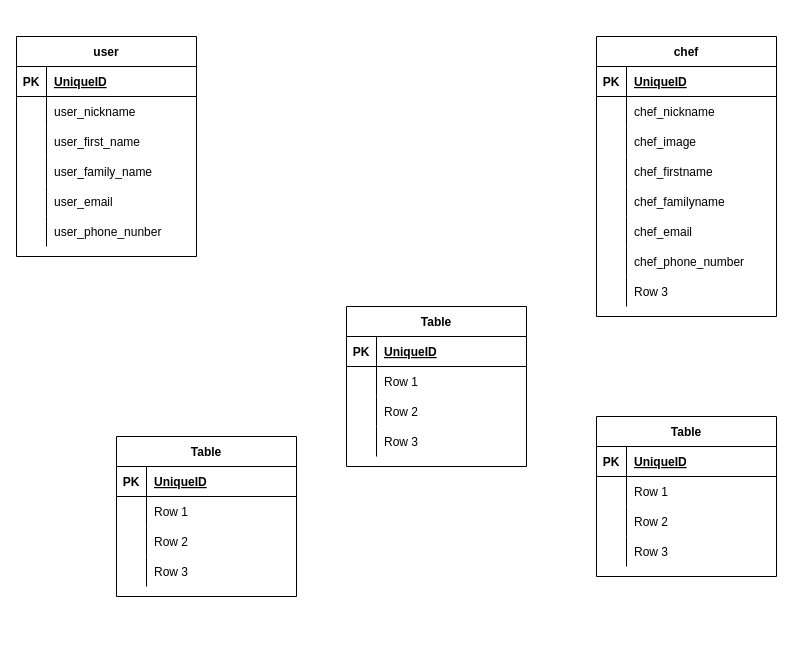
This is ER.dio from AkihiroYamaguchi4/umaimon-35254, a draw.io file, before an edit. Source tidied: cells renumbered, new cells numbered last; positions are measured from the earlier drawing's top-left corner, leaving out a move shared by most shapes. Both pictures are drawn from the tidied source at 100%, with x=0, y=0 at pixel (16, 36).
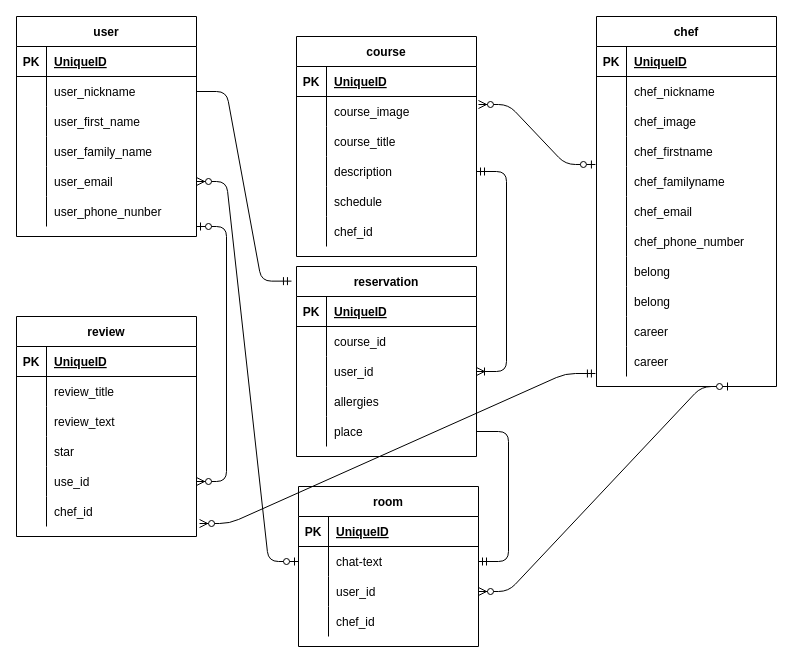
Above is the later version.

The change refers to these unchanged cells:
```xml
<mxCell id="6" style="shape=partialRectangle;fillColor=none;top=0;left=0;bottom=0;right=0;points=[[0,0.5],[1,0.5]];portConstraint=eastwest;" parent="2" vertex="1">
  <mxGeometry y="60" width="180" height="30" as="geometry" />
</mxCell>
<mxCell id="15" style="shape=partialRectangle;fillColor=none;top=0;left=0;bottom=0;right=0;points=[[0,0.5],[1,0.5]];portConstraint=eastwest;" parent="2" vertex="1">
  <mxGeometry y="150" width="180" height="30" as="geometry" />
</mxCell>
<mxCell id="18" style="shape=partialRectangle;fillColor=none;top=0;left=0;bottom=0;right=0;points=[[0,0.5],[1,0.5]];portConstraint=eastwest;" parent="2" vertex="1">
  <mxGeometry y="180" width="180" height="30" as="geometry" />
</mxCell>
<mxCell id="34" style="shape=partialRectangle;fillColor=none;top=0;left=0;bottom=0;right=0;points=[[0,0.5],[1,0.5]];portConstraint=eastwest;" parent="21" vertex="1">
  <mxGeometry y="150" width="180" height="30" as="geometry" />
</mxCell>
<mxCell id="63" style="shape=partialRectangle;fillColor=none;top=0;left=0;bottom=0;right=0;" parent="59" vertex="1">
  <mxGeometry y="60" width="180" height="30" as="geometry" />
</mxCell>
<mxCell id="66" style="shape=partialRectangle;fillColor=none;top=0;left=0;bottom=0;right=0;" parent="59" vertex="1">
  <mxGeometry y="90" width="180" height="30" as="geometry" />
</mxCell>
<mxCell id="69" style="shape=partialRectangle;fillColor=none;top=0;left=0;bottom=0;right=0;" parent="59" vertex="1">
  <mxGeometry y="120" width="180" height="30" as="geometry" />
</mxCell>
<mxCell id="76" style="shape=partialRectangle;fillColor=none;top=0;left=0;bottom=0;right=0;points=[[0,0.5],[1,0.5]];portConstraint=eastwest;" parent="72" vertex="1">
  <mxGeometry y="60" width="180" height="30" as="geometry" />
</mxCell>
```

Diff of the diagram source:
```diff
@@
     <mxCell id="2" value="user" style="shape=table;startSize=30;childLayout=tableLayout;rowLines=0;fontStyle=1;align=center;" parent="1" vertex="1">
-      <mxGeometry width="180" height="220" as="geometry" />
+      <mxGeometry y="-20" width="180" height="220" as="geometry" />
     </mxCell>
@@
     <mxCell id="21" value="chef" style="shape=table;startSize=30;childLayout=tableLayout;rowLines=0;fontStyle=1;align=center;" parent="1" vertex="1">
-      <mxGeometry x="580" width="180" height="280" as="geometry" />
+      <mxGeometry x="580" y="-20" width="180" height="370" as="geometry" />
     </mxCell>
@@
+    <mxCell id="85" style="shape=partialRectangle;fillColor=none;top=0;left=0;bottom=0;right=0;" parent="21" vertex="1">
+      <mxGeometry y="240" width="180" height="30" as="geometry" />
+    </mxCell>
+    <mxCell id="86" style="shape=partialRectangle;fillColor=none;top=0;left=0;bottom=0;right=0;overflow=hidden;" parent="85" vertex="1">
+      <mxGeometry width="30" height="30" as="geometry" />
+    </mxCell>
+    <mxCell id="87" value="belong" style="shape=partialRectangle;fillColor=none;top=0;left=0;bottom=0;right=0;align=left;spacingLeft=6;overflow=hidden;" parent="85" vertex="1">
+      <mxGeometry x="30" width="150" height="30" as="geometry" />
+    </mxCell>
     <mxCell id="43" style="shape=partialRectangle;fillColor=none;top=0;left=0;bottom=0;right=0;" parent="21" vertex="1">
-      <mxGeometry y="240" width="180" height="30" as="geometry" />
+      <mxGeometry y="270" width="180" height="30" as="geometry" />
     </mxCell>
@@
-    <mxCell id="45" value="Row 3" style="shape=partialRectangle;fillColor=none;top=0;left=0;bottom=0;right=0;align=left;spacingLeft=6;overflow=hidden;" parent="43" vertex="1">
+    <mxCell id="45" value="belong" style="shape=partialRectangle;fillColor=none;top=0;left=0;bottom=0;right=0;align=left;spacingLeft=6;overflow=hidden;" parent="43" vertex="1">
       <mxGeometry x="30" width="150" height="30" as="geometry" />
     </mxCell>
+    <mxCell id="88" style="shape=partialRectangle;fillColor=none;top=0;left=0;bottom=0;right=0;" parent="21" vertex="1">
+      <mxGeometry y="300" width="180" height="30" as="geometry" />
+    </mxCell>
+    <mxCell id="89" style="shape=partialRectangle;fillColor=none;top=0;left=0;bottom=0;right=0;overflow=hidden;" parent="88" vertex="1">
+      <mxGeometry width="30" height="30" as="geometry" />
+    </mxCell>
+    <mxCell id="90" value="career" style="shape=partialRectangle;fillColor=none;top=0;left=0;bottom=0;right=0;align=left;spacingLeft=6;overflow=hidden;" parent="88" vertex="1">
+      <mxGeometry x="30" width="150" height="30" as="geometry" />
+    </mxCell>
+    <mxCell id="91" style="shape=partialRectangle;fillColor=none;top=0;left=0;bottom=0;right=0;points=[[0,0.5],[1,0.5]];portConstraint=eastwest;" parent="21" vertex="1">
+      <mxGeometry y="330" width="180" height="30" as="geometry" />
+    </mxCell>
+    <mxCell id="92" style="shape=partialRectangle;fillColor=none;top=0;left=0;bottom=0;right=0;overflow=hidden;" parent="91" vertex="1">
+      <mxGeometry width="30" height="30" as="geometry" />
+    </mxCell>
+    <mxCell id="93" value="career" style="shape=partialRectangle;fillColor=none;top=0;left=0;bottom=0;right=0;align=left;spacingLeft=6;overflow=hidden;" parent="91" vertex="1">
+      <mxGeometry x="30" width="150" height="30" as="geometry" />
+    </mxCell>
-    <mxCell id="46" value="Table" style="shape=table;startSize=30;childLayout=tableLayout;rowLines=0;fontStyle=1;align=center;" parent="1" vertex="1">
-      <mxGeometry x="100" y="400" width="180" height="160" as="geometry" />
+    <mxCell id="46" value="reservation" style="shape=table;startSize=30;childLayout=tableLayout;rowLines=0;fontStyle=1;align=center;" parent="1" vertex="1">
+      <mxGeometry x="280" y="230" width="180" height="190" as="geometry" />
     </mxCell>
@@
-    <mxCell id="50" style="shape=partialRectangle;fillColor=none;top=0;left=0;bottom=0;right=0;points=[[0,0.5],[1,0.5]];portConstraint=eastwest;" parent="46" vertex="1">
-      <mxGeometry y="60" width="180" height="30" as="geometry" />
-    </mxCell>
-    <mxCell id="51" style="shape=partialRectangle;fillColor=none;top=0;left=0;bottom=0;right=0;overflow=hidden;" parent="50" vertex="1">
-      <mxGeometry width="30" height="30" as="geometry" />
-    </mxCell>
-    <mxCell id="52" value="Row 1" style="shape=partialRectangle;fillColor=none;top=0;left=0;bottom=0;right=0;align=left;spacingLeft=6;overflow=hidden;" parent="50" vertex="1">
-      <mxGeometry x="30" width="150" height="30" as="geometry" />
-    </mxCell>
     <mxCell id="53" style="shape=partialRectangle;fillColor=none;top=0;left=0;bottom=0;right=0;" parent="46" vertex="1">
-      <mxGeometry y="90" width="180" height="30" as="geometry" />
+      <mxGeometry y="60" width="180" height="30" as="geometry" />
     </mxCell>
@@
-    <mxCell id="55" value="Row 2" style="shape=partialRectangle;fillColor=none;top=0;left=0;bottom=0;right=0;align=left;spacingLeft=6;overflow=hidden;" parent="53" vertex="1">
+    <mxCell id="55" value="course_id" style="shape=partialRectangle;fillColor=none;top=0;left=0;bottom=0;right=0;align=left;spacingLeft=6;overflow=hidden;" parent="53" vertex="1">
       <mxGeometry x="30" width="150" height="30" as="geometry" />
     </mxCell>
     <mxCell id="56" style="shape=partialRectangle;fillColor=none;top=0;left=0;bottom=0;right=0;points=[[0,0.5],[1,0.5]];portConstraint=eastwest;" parent="46" vertex="1">
-      <mxGeometry y="120" width="180" height="30" as="geometry" />
+      <mxGeometry y="90" width="180" height="30" as="geometry" />
     </mxCell>
@@
-    <mxCell id="58" value="Row 3" style="shape=partialRectangle;fillColor=none;top=0;left=0;bottom=0;right=0;align=left;spacingLeft=6;overflow=hidden;" parent="56" vertex="1">
+    <mxCell id="58" value="user_id" style="shape=partialRectangle;fillColor=none;top=0;left=0;bottom=0;right=0;align=left;spacingLeft=6;overflow=hidden;" parent="56" vertex="1">
       <mxGeometry x="30" width="150" height="30" as="geometry" />
     </mxCell>
+    <mxCell id="94" style="shape=partialRectangle;fillColor=none;top=0;left=0;bottom=0;right=0;" parent="46" vertex="1">
+      <mxGeometry y="120" width="180" height="30" as="geometry" />
+    </mxCell>
+    <mxCell id="95" style="shape=partialRectangle;fillColor=none;top=0;left=0;bottom=0;right=0;overflow=hidden;" parent="94" vertex="1">
+      <mxGeometry width="30" height="30" as="geometry" />
+    </mxCell>
+    <mxCell id="96" value="allergies" style="shape=partialRectangle;fillColor=none;top=0;left=0;bottom=0;right=0;align=left;spacingLeft=6;overflow=hidden;" parent="94" vertex="1">
+      <mxGeometry x="30" width="150" height="30" as="geometry" />
+    </mxCell>
+    <mxCell id="97" style="shape=partialRectangle;fillColor=none;top=0;left=0;bottom=0;right=0;points=[[0,0.5],[1,0.5]];portConstraint=eastwest;" parent="46" vertex="1">
+      <mxGeometry y="150" width="180" height="30" as="geometry" />
+    </mxCell>
+    <mxCell id="98" style="shape=partialRectangle;fillColor=none;top=0;left=0;bottom=0;right=0;overflow=hidden;" parent="97" vertex="1">
+      <mxGeometry width="30" height="30" as="geometry" />
+    </mxCell>
+    <mxCell id="99" value="place" style="shape=partialRectangle;fillColor=none;top=0;left=0;bottom=0;right=0;align=left;spacingLeft=6;overflow=hidden;" parent="97" vertex="1">
+      <mxGeometry x="30" width="150" height="30" as="geometry" />
+    </mxCell>
-    <mxCell id="59" value="Table" style="shape=table;startSize=30;childLayout=tableLayout;rowLines=0;fontStyle=1;align=center;" parent="1" vertex="1">
-      <mxGeometry x="580" y="380" width="180" height="160" as="geometry" />
+    <mxCell id="59" value="review" style="shape=table;startSize=30;childLayout=tableLayout;rowLines=0;fontStyle=1;align=center;" parent="1" vertex="1">
+      <mxGeometry y="280" width="180" height="220" as="geometry" />
     </mxCell>
@@
-    <mxCell id="65" value="Row 1" style="shape=partialRectangle;fillColor=none;top=0;left=0;bottom=0;right=0;align=left;spacingLeft=6;overflow=hidden;" parent="63" vertex="1">
+    <mxCell id="65" value="review_title" style="shape=partialRectangle;fillColor=none;top=0;left=0;bottom=0;right=0;align=left;spacingLeft=6;overflow=hidden;" parent="63" vertex="1">
       <mxGeometry x="30" width="150" height="30" as="geometry" />
     </mxCell>
@@
-    <mxCell id="68" value="Row 2" style="shape=partialRectangle;fillColor=none;top=0;left=0;bottom=0;right=0;align=left;spacingLeft=6;overflow=hidden;" parent="66" vertex="1">
+    <mxCell id="68" value="review_text" style="shape=partialRectangle;fillColor=none;top=0;left=0;bottom=0;right=0;align=left;spacingLeft=6;overflow=hidden;" parent="66" vertex="1">
       <mxGeometry x="30" width="150" height="30" as="geometry" />
     </mxCell>
@@
-    <mxCell id="71" value="Row 3" style="shape=partialRectangle;fillColor=none;top=0;left=0;bottom=0;right=0;align=left;spacingLeft=6;overflow=hidden;" parent="69" vertex="1">
+    <mxCell id="71" value="star" style="shape=partialRectangle;fillColor=none;top=0;left=0;bottom=0;right=0;align=left;spacingLeft=6;overflow=hidden;" parent="69" vertex="1">
       <mxGeometry x="30" width="150" height="30" as="geometry" />
     </mxCell>
+    <mxCell id="100" style="shape=partialRectangle;fillColor=none;top=0;left=0;bottom=0;right=0;points=[[0,0.5],[1,0.5]];portConstraint=eastwest;" parent="59" vertex="1">
+      <mxGeometry y="150" width="180" height="30" as="geometry" />
+    </mxCell>
+    <mxCell id="101" style="shape=partialRectangle;fillColor=none;top=0;left=0;bottom=0;right=0;overflow=hidden;" parent="100" vertex="1">
+      <mxGeometry width="30" height="30" as="geometry" />
+    </mxCell>
+    <mxCell id="102" value="use_id" style="shape=partialRectangle;fillColor=none;top=0;left=0;bottom=0;right=0;align=left;spacingLeft=6;overflow=hidden;" parent="100" vertex="1">
+      <mxGeometry x="30" width="150" height="30" as="geometry" />
+    </mxCell>
+    <mxCell id="103" style="shape=partialRectangle;fillColor=none;top=0;left=0;bottom=0;right=0;points=[[0,0.5],[1,0.5]];portConstraint=eastwest;" parent="59" vertex="1">
+      <mxGeometry y="180" width="180" height="30" as="geometry" />
+    </mxCell>
+    <mxCell id="104" style="shape=partialRectangle;fillColor=none;top=0;left=0;bottom=0;right=0;overflow=hidden;" parent="103" vertex="1">
+      <mxGeometry width="30" height="30" as="geometry" />
+    </mxCell>
+    <mxCell id="105" value="chef_id" style="shape=partialRectangle;fillColor=none;top=0;left=0;bottom=0;right=0;align=left;spacingLeft=6;overflow=hidden;" parent="103" vertex="1">
+      <mxGeometry x="30" width="150" height="30" as="geometry" />
+    </mxCell>
+    <mxCell id="106" style="edgeStyle=entityRelationEdgeStyle;fontSize=12;html=1;endArrow=ERoneToMany;startArrow=ERmandOne;exitX=1;exitY=0.5;exitDx=0;exitDy=0;entryX=1;entryY=0.5;entryDx=0;entryDy=0;" parent="1" edge="1" source="79" target="56">
+      <mxGeometry relative="1" as="geometry" />
+    </mxCell>
+    <mxCell id="107" style="edgeStyle=entityRelationEdgeStyle;fontSize=12;html=1;endArrow=ERzeroToMany;startArrow=ERzeroToOne;exitX=-0.006;exitY=-0.067;exitDx=0;exitDy=0;exitPerimeter=0;entryX=1.011;entryY=0.267;entryDx=0;entryDy=0;entryPerimeter=0;" parent="1" edge="1" source="34" target="76">
+      <mxGeometry relative="1" as="geometry" />
+    </mxCell>
+    <mxCell id="108" style="edgeStyle=entityRelationEdgeStyle;fontSize=12;html=1;endArrow=ERmandOne;exitX=1;exitY=0.5;exitDx=0;exitDy=0;entryX=-0.028;entryY=0.077;entryDx=0;entryDy=0;entryPerimeter=0;" parent="1" edge="1" source="6" target="46">
+      <mxGeometry relative="1" as="geometry" />
+    </mxCell>
+    <mxCell id="109" value="room" style="shape=table;startSize=30;childLayout=tableLayout;rowLines=0;fontStyle=1;align=center;" parent="1" vertex="1">
+      <mxGeometry x="282" y="450" width="180" height="160" as="geometry" />
+    </mxCell>
+    <mxCell id="110" style="shape=partialRectangle;fillColor=none;top=0;left=0;bottom=1;right=0;" parent="109" vertex="1">
+      <mxGeometry y="30" width="180" height="30" as="geometry" />
+    </mxCell>
+    <mxCell id="111" value="PK" style="shape=partialRectangle;fillColor=none;top=0;left=0;bottom=0;right=0;fontStyle=1;overflow=hidden;" parent="110" vertex="1">
+      <mxGeometry width="30" height="30" as="geometry" />
+    </mxCell>
+    <mxCell id="112" value="UniqueID" style="shape=partialRectangle;fillColor=none;top=0;left=0;bottom=0;right=0;align=left;spacingLeft=6;fontStyle=5;overflow=hidden;" parent="110" vertex="1">
+      <mxGeometry x="30" width="150" height="30" as="geometry" />
+    </mxCell>
+    <mxCell id="50" style="shape=partialRectangle;fillColor=none;top=0;left=0;bottom=0;right=0;points=[[0,0.5],[1,0.5]];portConstraint=eastwest;" parent="109" vertex="1">
+      <mxGeometry y="60" width="180" height="30" as="geometry" />
+    </mxCell>
+    <mxCell id="113" style="shape=partialRectangle;fillColor=none;top=0;left=0;bottom=0;right=0;overflow=hidden;" parent="50" vertex="1">
+      <mxGeometry width="30" height="30" as="geometry" />
+    </mxCell>
+    <mxCell id="114" value="chat-text" style="shape=partialRectangle;fillColor=none;top=0;left=0;bottom=0;right=0;align=left;spacingLeft=6;overflow=hidden;" parent="50" vertex="1">
+      <mxGeometry x="30" width="150" height="30" as="geometry" />
+    </mxCell>
+    <mxCell id="115" style="shape=partialRectangle;fillColor=none;top=0;left=0;bottom=0;right=0;points=[[0,0.5],[1,0.5]];portConstraint=eastwest;" parent="109" vertex="1">
+      <mxGeometry y="90" width="180" height="30" as="geometry" />
+    </mxCell>
+    <mxCell id="116" style="shape=partialRectangle;fillColor=none;top=0;left=0;bottom=0;right=0;overflow=hidden;" parent="115" vertex="1">
+      <mxGeometry width="30" height="30" as="geometry" />
+    </mxCell>
+    <mxCell id="117" value="user_id" style="shape=partialRectangle;fillColor=none;top=0;left=0;bottom=0;right=0;align=left;spacingLeft=6;overflow=hidden;" parent="115" vertex="1">
+      <mxGeometry x="30" width="150" height="30" as="geometry" />
+    </mxCell>
+    <mxCell id="118" style="shape=partialRectangle;fillColor=none;top=0;left=0;bottom=0;right=0;" parent="109" vertex="1">
+      <mxGeometry y="120" width="180" height="30" as="geometry" />
+    </mxCell>
+    <mxCell id="119" style="shape=partialRectangle;fillColor=none;top=0;left=0;bottom=0;right=0;overflow=hidden;" parent="118" vertex="1">
+      <mxGeometry width="30" height="30" as="geometry" />
+    </mxCell>
+    <mxCell id="120" value="chef_id" style="shape=partialRectangle;fillColor=none;top=0;left=0;bottom=0;right=0;align=left;spacingLeft=6;overflow=hidden;" parent="118" vertex="1">
+      <mxGeometry x="30" width="150" height="30" as="geometry" />
+    </mxCell>
+    <mxCell id="121" style="edgeStyle=entityRelationEdgeStyle;fontSize=12;html=1;endArrow=ERzeroToMany;startArrow=ERzeroToOne;exitX=1;exitY=1;exitDx=0;exitDy=0;entryX=1;entryY=0.5;entryDx=0;entryDy=0;exitPerimeter=0;" parent="1" edge="1" source="18" target="100">
+      <mxGeometry relative="1" as="geometry" />
+    </mxCell>
-    <mxCell id="72" value="Table" style="shape=table;startSize=30;childLayout=tableLayout;rowLines=0;fontStyle=1;align=center;" parent="1" vertex="1">
-      <mxGeometry x="330" y="270" width="180" height="160" as="geometry" />
+    <mxCell id="72" value="course" style="shape=table;startSize=30;childLayout=tableLayout;rowLines=0;fontStyle=1;align=center;" parent="1" vertex="1">
+      <mxGeometry x="280" width="180" height="220" as="geometry" />
     </mxCell>
@@
-    <mxCell id="78" value="Row 1" style="shape=partialRectangle;fillColor=none;top=0;left=0;bottom=0;right=0;align=left;spacingLeft=6;overflow=hidden;" parent="76" vertex="1">
+    <mxCell id="78" value="course_image" style="shape=partialRectangle;fillColor=none;top=0;left=0;bottom=0;right=0;align=left;spacingLeft=6;overflow=hidden;" parent="76" vertex="1">
       <mxGeometry x="30" width="150" height="30" as="geometry" />
     </mxCell>
+    <mxCell id="82" style="shape=partialRectangle;fillColor=none;top=0;left=0;bottom=0;right=0;" parent="72" vertex="1">
+      <mxGeometry y="90" width="180" height="30" as="geometry" />
+    </mxCell>
+    <mxCell id="83" style="shape=partialRectangle;fillColor=none;top=0;left=0;bottom=0;right=0;overflow=hidden;" parent="82" vertex="1">
+      <mxGeometry width="30" height="30" as="geometry" />
+    </mxCell>
+    <mxCell id="84" value="course_title" style="shape=partialRectangle;fillColor=none;top=0;left=0;bottom=0;right=0;align=left;spacingLeft=6;overflow=hidden;" parent="82" vertex="1">
+      <mxGeometry x="30" width="150" height="30" as="geometry" />
+    </mxCell>
     <mxCell id="79" style="shape=partialRectangle;fillColor=none;top=0;left=0;bottom=0;right=0;points=[[0,0.5],[1,0.5]];portConstraint=eastwest;" parent="72" vertex="1">
-      <mxGeometry y="90" width="180" height="30" as="geometry" />
+      <mxGeometry y="120" width="180" height="30" as="geometry" />
     </mxCell>
@@
-    <mxCell id="81" value="Row 2" style="shape=partialRectangle;fillColor=none;top=0;left=0;bottom=0;right=0;align=left;spacingLeft=6;overflow=hidden;" parent="79" vertex="1">
+    <mxCell id="81" value="description" style="shape=partialRectangle;fillColor=none;top=0;left=0;bottom=0;right=0;align=left;spacingLeft=6;overflow=hidden;" parent="79" vertex="1">
       <mxGeometry x="30" width="150" height="30" as="geometry" />
     </mxCell>
-    <mxCell id="82" style="shape=partialRectangle;fillColor=none;top=0;left=0;bottom=0;right=0;" parent="72" vertex="1">
-      <mxGeometry y="120" width="180" height="30" as="geometry" />
-    </mxCell>
-    <mxCell id="83" style="shape=partialRectangle;fillColor=none;top=0;left=0;bottom=0;right=0;overflow=hidden;" parent="82" vertex="1">
-      <mxGeometry width="30" height="30" as="geometry" />
-    </mxCell>
-    <mxCell id="84" value="Row 3" style="shape=partialRectangle;fillColor=none;top=0;left=0;bottom=0;right=0;align=left;spacingLeft=6;overflow=hidden;" parent="82" vertex="1">
-      <mxGeometry x="30" width="150" height="30" as="geometry" />
-    </mxCell>
+    <mxCell id="122" style="shape=partialRectangle;fillColor=none;top=0;left=0;bottom=0;right=0;" parent="72" vertex="1">
+      <mxGeometry y="150" width="180" height="30" as="geometry" />
+    </mxCell>
+    <mxCell id="123" style="shape=partialRectangle;fillColor=none;top=0;left=0;bottom=0;right=0;overflow=hidden;" parent="122" vertex="1">
+      <mxGeometry width="30" height="30" as="geometry" />
+    </mxCell>
+    <mxCell id="124" value="schedule" style="shape=partialRectangle;fillColor=none;top=0;left=0;bottom=0;right=0;align=left;spacingLeft=6;overflow=hidden;" parent="122" vertex="1">
+      <mxGeometry x="30" width="150" height="30" as="geometry" />
+    </mxCell>
+    <mxCell id="125" style="shape=partialRectangle;fillColor=none;top=0;left=0;bottom=0;right=0;" parent="72" vertex="1">
+      <mxGeometry y="180" width="180" height="30" as="geometry" />
+    </mxCell>
+    <mxCell id="126" style="shape=partialRectangle;fillColor=none;top=0;left=0;bottom=0;right=0;overflow=hidden;" parent="125" vertex="1">
+      <mxGeometry width="30" height="30" as="geometry" />
+    </mxCell>
+    <mxCell id="127" value="chef_id" style="shape=partialRectangle;fillColor=none;top=0;left=0;bottom=0;right=0;align=left;spacingLeft=6;overflow=hidden;" parent="125" vertex="1">
+      <mxGeometry x="30" width="150" height="30" as="geometry" />
+    </mxCell>
+    <mxCell id="128" style="edgeStyle=entityRelationEdgeStyle;fontSize=12;html=1;endArrow=ERzeroToMany;startArrow=ERzeroToOne;entryX=1;entryY=0.5;entryDx=0;entryDy=0;exitX=0.75;exitY=1;exitDx=0;exitDy=0;" parent="1" edge="1" source="21" target="115">
+      <mxGeometry relative="1" as="geometry" />
+    </mxCell>
+    <mxCell id="129" style="edgeStyle=entityRelationEdgeStyle;fontSize=12;html=1;endArrow=ERzeroToMany;startArrow=ERmandOne;exitX=-0.006;exitY=0.9;exitDx=0;exitDy=0;exitPerimeter=0;entryX=1.017;entryY=0.9;entryDx=0;entryDy=0;entryPerimeter=0;" parent="1" edge="1" source="91" target="103">
+      <mxGeometry relative="1" as="geometry" />
+    </mxCell>
+    <mxCell id="130" style="edgeStyle=entityRelationEdgeStyle;fontSize=12;html=1;endArrow=ERzeroToMany;startArrow=ERzeroToOne;exitX=0;exitY=0.5;exitDx=0;exitDy=0;entryX=1;entryY=0.5;entryDx=0;entryDy=0;" parent="1" edge="1" source="50" target="15">
+      <mxGeometry relative="1" as="geometry" />
+    </mxCell>
+    <mxCell id="131" style="edgeStyle=entityRelationEdgeStyle;fontSize=12;html=1;endArrow=ERmandOne;exitX=1;exitY=0.5;exitDx=0;exitDy=0;" parent="1" edge="1" source="97" target="50">
+      <mxGeometry relative="1" as="geometry" />
+    </mxCell>
```
